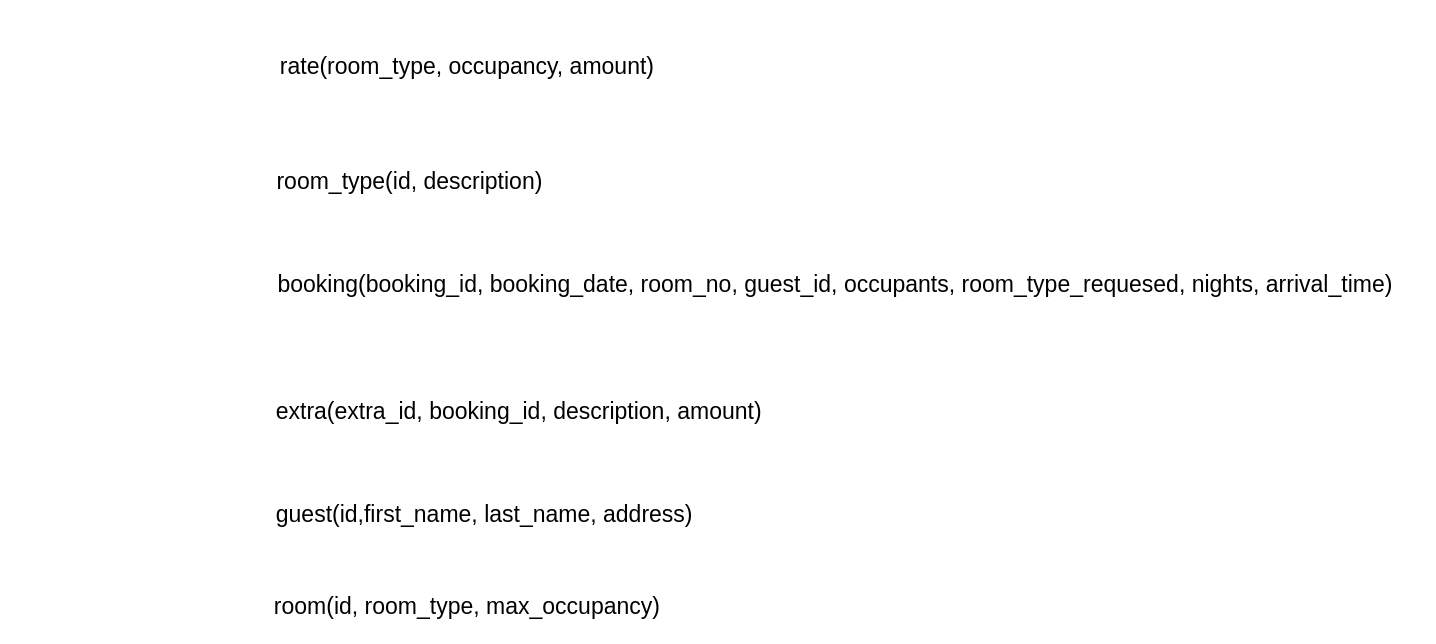
Before: DiagramaLogico.drawio in marzo245/Chicuazuque-Zambrano2024-1, a draw.io diagram. Source tidied: cells renumbered, new cells numbered last; positions are measured from the earlier drawing's top-left corner, leaving out a move shared by most shapes. Both pictures are drawn from the tidied source at 115%, with x=0, y=0 at pixel (266, 47).
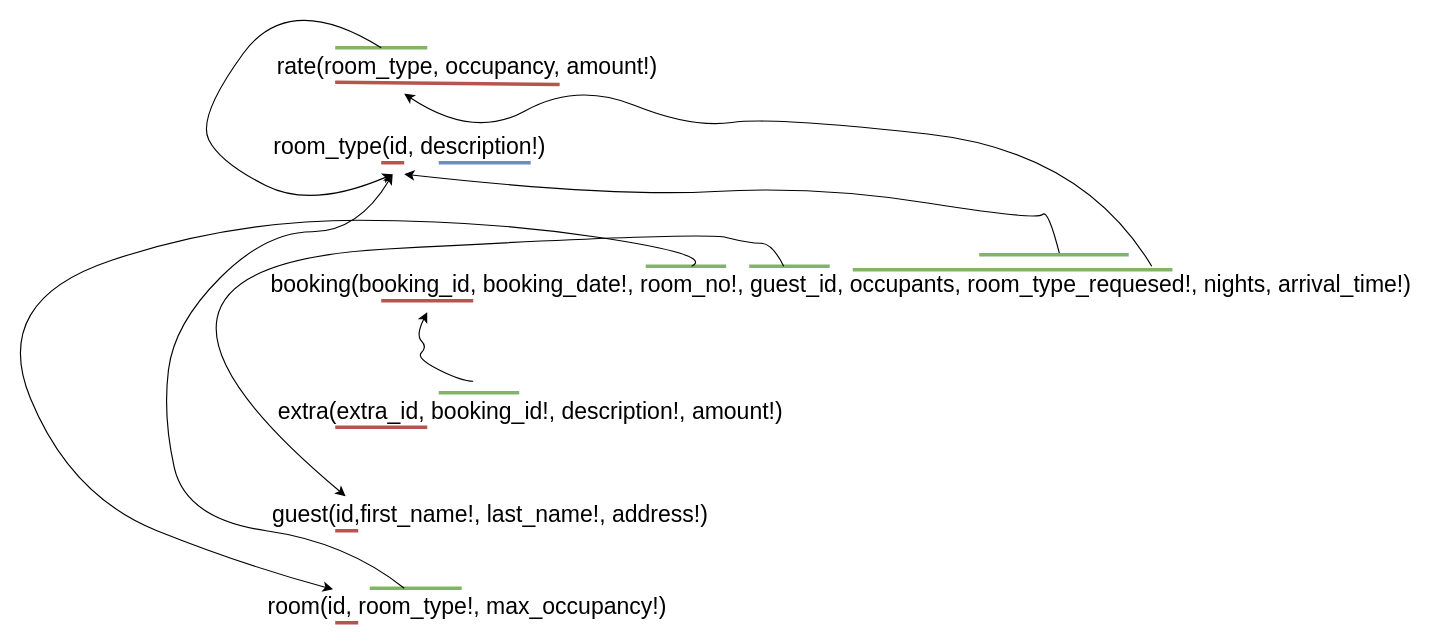
The same page after the edit.

Diff of the diagram source:
```diff
@@
-    <mxCell id="2" value="&lt;font style=&quot;font-size: 20px;&quot;&gt;rate(room_type, occupancy, amount)&lt;/font&gt;" style="text;html=1;align=center;verticalAlign=middle;whiteSpace=wrap;rounded=0;" parent="1" vertex="1">
+    <mxCell id="2" value="&lt;font style=&quot;font-size: 20px;&quot;&gt;rate(room_type, occupancy, amount!)&lt;/font&gt;" style="text;html=1;align=center;verticalAlign=middle;whiteSpace=wrap;rounded=0;" parent="1" vertex="1">
       <mxGeometry width="350" height="30" as="geometry" />
     </mxCell>
-    <mxCell id="3" value="&lt;font style=&quot;font-size: 20px;&quot;&gt;room(id, room_type, max_occupancy)&lt;/font&gt;" style="text;html=1;align=center;verticalAlign=middle;whiteSpace=wrap;rounded=0;" parent="1" vertex="1">
+    <mxCell id="3" value="&lt;font style=&quot;font-size: 20px;&quot;&gt;room(id, room_type!, max_occupancy!)&lt;/font&gt;" style="text;html=1;align=center;verticalAlign=middle;whiteSpace=wrap;rounded=0;" parent="1" vertex="1">
       <mxGeometry y="470" width="350" height="30" as="geometry" />
     </mxCell>
-    <mxCell id="4" value="&lt;font style=&quot;font-size: 20px;&quot;&gt;room_type(id, description)&lt;/font&gt;" style="text;html=1;align=center;verticalAlign=middle;whiteSpace=wrap;rounded=0;" parent="1" vertex="1">
-      <mxGeometry y="100" width="250" height="30" as="geometry" />
+    <mxCell id="4" value="&lt;font style=&quot;font-size: 20px;&quot;&gt;room_type(id, description!)&lt;/font&gt;" style="text;html=1;align=center;verticalAlign=middle;whiteSpace=wrap;rounded=0;" parent="1" vertex="1">
+      <mxGeometry y="70" width="250" height="30" as="geometry" />
     </mxCell>
-    <mxCell id="5" value="&lt;font style=&quot;font-size: 20px;&quot;&gt;extra(extra_id, booking_id, description, amount)&lt;/font&gt;" style="text;html=1;align=center;verticalAlign=middle;whiteSpace=wrap;rounded=0;" parent="1" vertex="1">
-      <mxGeometry y="300" width="440" height="30" as="geometry" />
+    <mxCell id="5" value="&lt;font style=&quot;font-size: 20px;&quot;&gt;extra(extra_id, booking_id!, description!, amount!)&lt;/font&gt;" style="text;html=1;align=center;verticalAlign=middle;whiteSpace=wrap;rounded=0;" parent="1" vertex="1">
+      <mxGeometry y="300" width="460" height="30" as="geometry" />
     </mxCell>
-    <mxCell id="6" value="&lt;font style=&quot;font-size: 20px;&quot;&gt;booking(booking_id, booking_date, room_no, guest_id, occupants, room_type_requesed, nights, arrival_time)&lt;/font&gt;" style="text;html=1;align=center;verticalAlign=middle;whiteSpace=wrap;rounded=0;" parent="1" vertex="1">
-      <mxGeometry y="190" width="990" height="30" as="geometry" />
+    <mxCell id="6" value="&lt;font style=&quot;font-size: 20px;&quot;&gt;booking(booking_id, booking_date!, room_no!, guest_id, occupants, room_type_requesed!, nights, arrival_time!)&lt;/font&gt;" style="text;html=1;align=center;verticalAlign=middle;whiteSpace=wrap;rounded=0;" parent="1" vertex="1">
+      <mxGeometry y="190" width="1000" height="30" as="geometry" />
     </mxCell>
+    <mxCell id="8" style="shape=link;html=1;rounded=0;fillColor=#f8cecc;strokeColor=#b85450;width=0;strokeWidth=2;" parent="1" edge="1">
+      <mxGeometry relative="1" as="geometry">
+        <mxPoint x="60" y="330" as="sourcePoint" />
+        <mxPoint x="140" y="330" as="targetPoint" />
+      </mxGeometry>
+    </mxCell>
+    <mxCell id="9" style="shape=link;html=1;rounded=0;fillColor=#d5e8d4;strokeColor=#82b366;width=0;strokeWidth=2;" parent="1" edge="1">
+      <mxGeometry relative="1" as="geometry">
+        <mxPoint x="150" y="300" as="sourcePoint" />
+        <mxPoint x="220" y="300" as="targetPoint" />
+      </mxGeometry>
+    </mxCell>
+    <mxCell id="10" style="shape=link;html=1;rounded=0;fillColor=#d5e8d4;strokeColor=#82b366;width=0;strokeWidth=2;" parent="1" edge="1">
+      <mxGeometry relative="1" as="geometry">
+        <mxPoint x="420" y="190" as="sourcePoint" />
+        <mxPoint x="490" y="190" as="targetPoint" />
+      </mxGeometry>
+    </mxCell>
+    <mxCell id="11" style="shape=link;html=1;rounded=0;fillColor=#d5e8d4;strokeColor=#82b366;width=0;exitX=0.51;exitY=0.1;exitDx=0;exitDy=0;exitPerimeter=0;entryX=0.788;entryY=0.1;entryDx=0;entryDy=0;entryPerimeter=0;strokeWidth=2;" parent="1" edge="1" source="6" target="6">
+      <mxGeometry relative="1" as="geometry" />
+    </mxCell>
+    <mxCell id="12" style="shape=link;html=1;rounded=0;fillColor=#f8cecc;strokeColor=#b85450;width=0;strokeWidth=2;" parent="1" edge="1">
+      <mxGeometry relative="1" as="geometry">
+        <mxPoint x="60" y="500" as="sourcePoint" />
+        <mxPoint x="80" y="500" as="targetPoint" />
+      </mxGeometry>
+    </mxCell>
+    <mxCell id="13" style="shape=link;html=1;rounded=0;fillColor=#d5e8d4;strokeColor=#82b366;width=0;strokeWidth=2;" parent="1" edge="1" source="7">
+      <mxGeometry relative="1" as="geometry">
+        <mxPoint x="80" y="390" as="targetPoint" />
+      </mxGeometry>
+    </mxCell>
+    <mxCell id="14" style="shape=link;html=1;rounded=0;fillColor=#f8cecc;strokeColor=#b85450;width=0;strokeWidth=2;entryX=0.729;entryY=1.067;entryDx=0;entryDy=0;entryPerimeter=0;" parent="1" edge="1" target="2">
+      <mxGeometry relative="1" as="geometry">
+        <mxPoint x="60" y="30" as="sourcePoint" />
+      </mxGeometry>
+    </mxCell>
+    <mxCell id="15" style="shape=link;html=1;rounded=0;fillColor=#d5e8d4;strokeColor=#82b366;width=0;strokeWidth=2;" parent="1" edge="1">
+      <mxGeometry relative="1" as="geometry">
+        <mxPoint x="60" as="sourcePoint" />
+        <mxPoint x="140" as="targetPoint" />
+      </mxGeometry>
+    </mxCell>
+    <mxCell id="16" style="curved=1;endArrow=classic;html=1;rounded=0;" parent="1" edge="1">
+      <mxGeometry relative="1" as="geometry">
+        <mxPoint x="100" as="sourcePoint" />
+        <mxPoint x="110" y="110" as="targetPoint" />
+        <Array as="points">
+          <mxPoint x="20" y="-50" />
+          <mxPoint x="-60" y="60" />
+          <mxPoint x="-40" y="100" />
+          <mxPoint x="40" y="140" />
+        </Array>
+      </mxGeometry>
+    </mxCell>
+    <mxCell id="17" style="shape=link;html=1;rounded=0;fillColor=#f8cecc;strokeColor=#b85450;width=0;strokeWidth=2;" parent="1" edge="1">
+      <mxGeometry relative="1" as="geometry">
+        <mxPoint x="100" y="100" as="sourcePoint" />
+        <mxPoint x="120" y="100" as="targetPoint" />
+      </mxGeometry>
+    </mxCell>
+    <mxCell id="18" style="shape=link;html=1;rounded=0;fillColor=#d5e8d4;strokeColor=#82b366;width=0;strokeWidth=2;" parent="1" edge="1">
+      <mxGeometry relative="1" as="geometry">
+        <mxPoint x="90" y="470" as="sourcePoint" />
+        <mxPoint x="170" y="470" as="targetPoint" />
+      </mxGeometry>
+    </mxCell>
+    <mxCell id="19" style="curved=1;endArrow=classic;html=1;rounded=0;" parent="1" edge="1">
+      <mxGeometry relative="1" as="geometry">
+        <mxPoint x="120" y="470" as="sourcePoint" />
+        <mxPoint x="110" y="110" as="targetPoint" />
+        <Array as="points">
+          <mxPoint x="70" y="430" />
+          <mxPoint x="-70" y="410" />
+          <mxPoint x="-90" y="320" />
+          <mxPoint x="-80" y="240" />
+          <mxPoint y="160" />
+          <mxPoint x="80" y="160" />
+        </Array>
+      </mxGeometry>
+    </mxCell>
+    <mxCell id="20" style="shape=link;html=1;rounded=0;fillColor=#d5e8d4;strokeColor=#82b366;width=0;strokeWidth=2;" parent="1" edge="1" target="7">
+      <mxGeometry relative="1" as="geometry">
+        <mxPoint x="60" y="390" as="sourcePoint" />
+      </mxGeometry>
+    </mxCell>
-    <mxCell id="7" value="&lt;font style=&quot;font-size: 20px;&quot;&gt;guest(id,first_name, last_name, address)&lt;/font&gt;" style="text;html=1;align=center;verticalAlign=middle;whiteSpace=wrap;rounded=0;" parent="1" vertex="1">
-      <mxGeometry y="390" width="380" height="30" as="geometry" />
+    <mxCell id="7" value="&lt;font style=&quot;font-size: 20px;&quot;&gt;guest(id,first_name!, last_name!, address!)&lt;/font&gt;" style="text;html=1;align=center;verticalAlign=middle;whiteSpace=wrap;rounded=0;" parent="1" vertex="1">
+      <mxGeometry y="390" width="390" height="30" as="geometry" />
     </mxCell>
+    <mxCell id="21" style="shape=link;html=1;rounded=0;fillColor=#f8cecc;strokeColor=#b85450;width=0;strokeWidth=2;" parent="1" edge="1">
+      <mxGeometry relative="1" as="geometry">
+        <mxPoint x="60" y="420" as="sourcePoint" />
+        <mxPoint x="80" y="420" as="targetPoint" />
+      </mxGeometry>
+    </mxCell>
+    <mxCell id="22" style="shape=link;html=1;rounded=0;fillColor=#f8cecc;strokeColor=#b85450;width=0;strokeWidth=2;" parent="1" edge="1">
+      <mxGeometry relative="1" as="geometry">
+        <mxPoint x="100" y="220" as="sourcePoint" />
+        <mxPoint x="180" y="220" as="targetPoint" />
+        <Array as="points">
+          <mxPoint x="140" y="220" />
+        </Array>
+      </mxGeometry>
+    </mxCell>
+    <mxCell id="23" style="curved=1;endArrow=classic;html=1;rounded=0;" parent="1" edge="1">
+      <mxGeometry relative="1" as="geometry">
+        <mxPoint x="180" y="290" as="sourcePoint" />
+        <mxPoint x="140" y="230" as="targetPoint" />
+        <Array as="points">
+          <mxPoint x="170" y="290" />
+          <mxPoint x="130" y="270" />
+          <mxPoint x="140" y="260" />
+          <mxPoint x="130" y="250" />
+        </Array>
+      </mxGeometry>
+    </mxCell>
+    <mxCell id="24" style="shape=link;html=1;rounded=0;fillColor=#d5e8d4;strokeColor=#82b366;width=0;strokeWidth=2;" parent="1" edge="1">
+      <mxGeometry relative="1" as="geometry">
+        <mxPoint x="330" y="190" as="sourcePoint" />
+        <mxPoint x="400" y="190" as="targetPoint" />
+      </mxGeometry>
+    </mxCell>
+    <mxCell id="25" style="curved=1;endArrow=classic;html=1;rounded=0;" parent="1" edge="1">
+      <mxGeometry relative="1" as="geometry">
+        <mxPoint x="770" y="190" as="sourcePoint" />
+        <mxPoint x="120" y="40" as="targetPoint" />
+        <Array as="points">
+          <mxPoint x="710" y="90" />
+          <mxPoint x="440" y="60" />
+          <mxPoint x="370" y="70" />
+          <mxPoint x="270" y="30" />
+          <mxPoint x="180" y="80" />
+        </Array>
+      </mxGeometry>
+    </mxCell>
+    <mxCell id="26" style="curved=1;endArrow=classic;html=1;rounded=0;" parent="1" edge="1">
+      <mxGeometry relative="1" as="geometry">
+        <mxPoint x="690" y="180" as="sourcePoint" />
+        <mxPoint x="120" y="110" as="targetPoint" />
+        <Array as="points">
+          <mxPoint x="680" y="140" />
+          <mxPoint x="670" y="150" />
+          <mxPoint x="480" y="120" />
+          <mxPoint x="300" y="130" />
+        </Array>
+      </mxGeometry>
+    </mxCell>
+    <mxCell id="27" style="shape=link;html=1;rounded=0;fillColor=#d5e8d4;strokeColor=#82b366;width=0;strokeWidth=2;" parent="1" edge="1">
+      <mxGeometry relative="1" as="geometry">
+        <mxPoint x="620" y="180" as="sourcePoint" />
+        <mxPoint x="750" y="180" as="targetPoint" />
+      </mxGeometry>
+    </mxCell>
+    <mxCell id="28" style="curved=1;endArrow=classic;html=1;rounded=0;entryX=0.166;entryY=0.033;entryDx=0;entryDy=0;entryPerimeter=0;" parent="1" edge="1" target="3">
+      <mxGeometry relative="1" as="geometry">
+        <mxPoint x="370" y="190" as="sourcePoint" />
+        <Array as="points">
+          <mxPoint x="390" y="180" />
+          <mxPoint x="190" y="150" />
+          <mxPoint x="-30" y="150" />
+          <mxPoint x="-240" y="220" />
+          <mxPoint x="-170" y="390" />
+          <mxPoint x="-20" y="450" />
+        </Array>
+      </mxGeometry>
+    </mxCell>
+    <mxCell id="29" style="curved=1;endArrow=classic;html=1;rounded=0;entryX=0.177;entryY=0;entryDx=0;entryDy=0;entryPerimeter=0;" parent="1" edge="1" target="7">
+      <mxGeometry relative="1" as="geometry">
+        <mxPoint x="450" y="190" as="sourcePoint" />
+        <Array as="points">
+          <mxPoint x="440" y="170" />
+          <mxPoint x="420" y="170" />
+          <mxPoint x="380" y="160" />
+          <mxPoint x="-170" y="190" />
+        </Array>
+      </mxGeometry>
+    </mxCell>
+    <mxCell id="30" style="shape=link;html=1;rounded=0;fillColor=#dae8fc;strokeColor=#6c8ebf;width=0;strokeWidth=2;" parent="1" edge="1">
+      <mxGeometry relative="1" as="geometry">
+        <mxPoint x="150" y="100" as="sourcePoint" />
+        <mxPoint x="230" y="100" as="targetPoint" />
+      </mxGeometry>
+    </mxCell>
```
